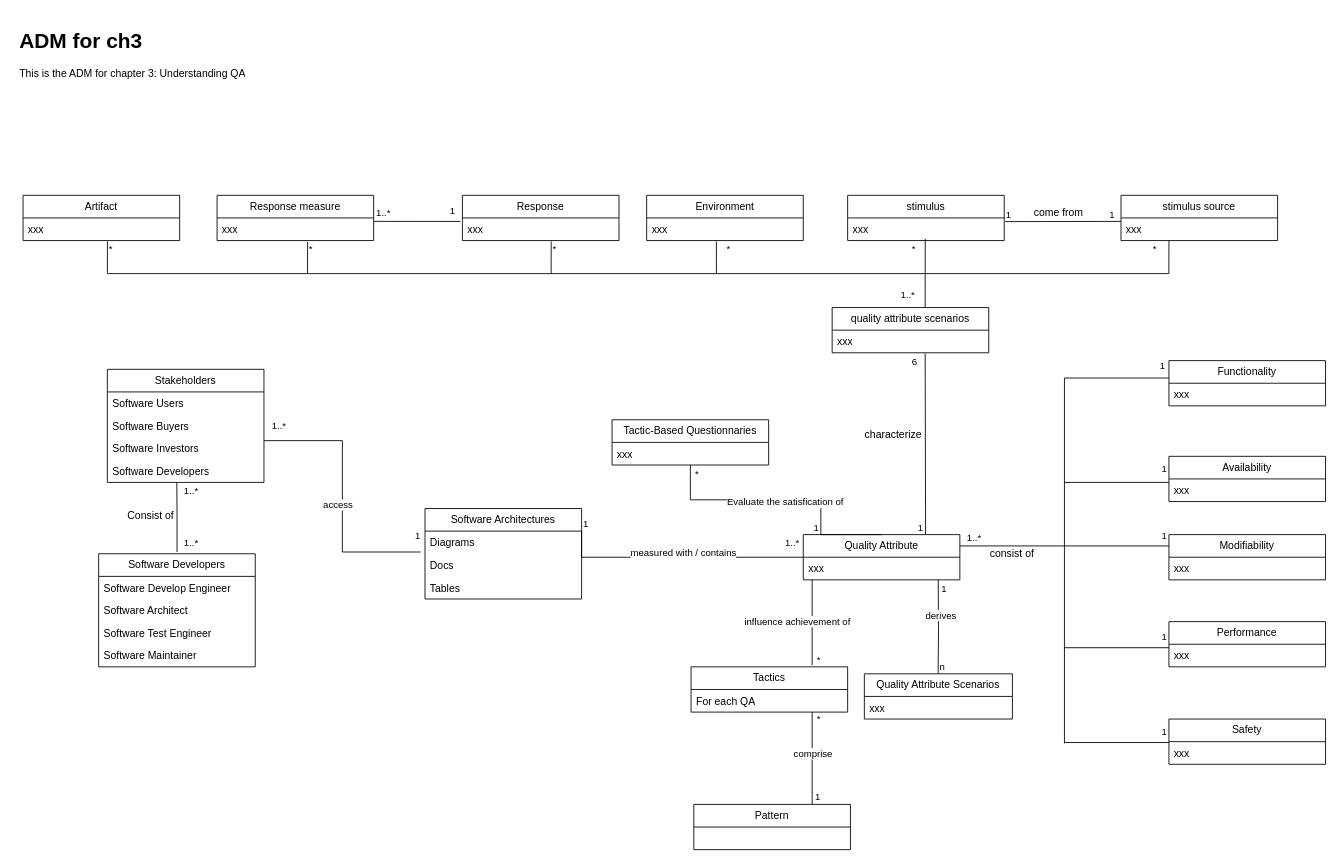
This is Documentation/DomainModel/ch3_4_ADM.drawio from dhruwanga19/4471_Group14_ProjectDocumentation, a draw.io file, before an edit. Source tidied: cells renumbered, new cells numbered last; positions are measured from the earlier drawing's top-left corner, leaving out a move shared by most shapes. Both pictures are drawn from the tidied source at 87%, with x=0, y=0 at pixel (15, 23).
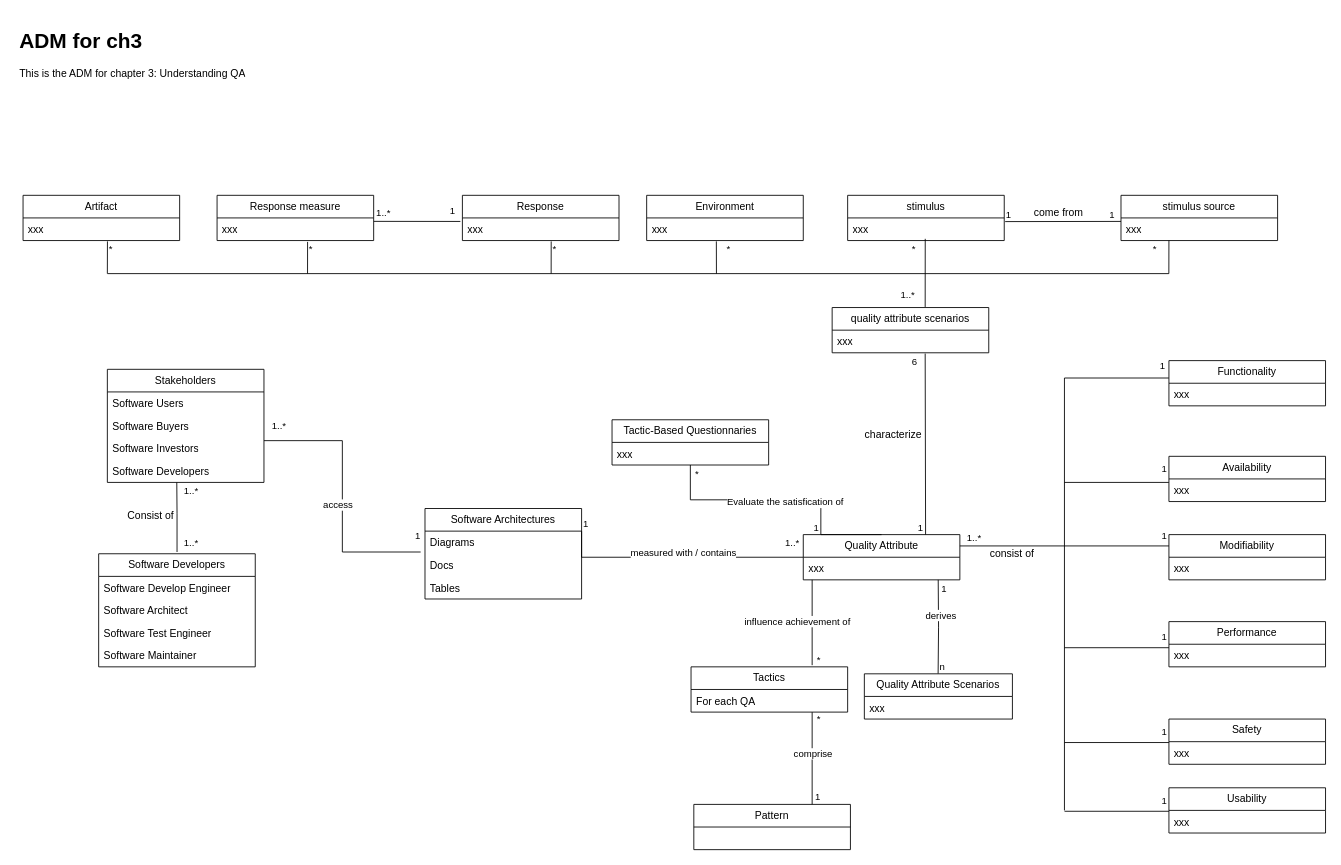
After the change.

The edit, as a diff of the source:
```diff
@@
     <mxCell id="70" style="endArrow=none;html=1;rounded=0;" parent="1" edge="1">
       <mxGeometry relative="1" as="geometry">
-        <mxPoint x="1206" y="827" as="sourcePoint" />
+        <mxPoint x="1206" y="904" as="sourcePoint" />
         <mxPoint x="1206" y="407" as="targetPoint" />
       </mxGeometry>
     </mxCell>
@@
+    <mxCell id="115" value="Usability" style="swimlane;fontStyle=0;horizontal=1;startSize=26;fillColor=none;whiteSpace=wrap;html=1;" parent="1" vertex="1">
+      <mxGeometry x="1326.1" y="878" width="180" height="52" as="geometry" />
+    </mxCell>
+    <mxCell id="116" value="xxx" style="text;strokeColor=none;fillColor=none;align=left;verticalAlign=top;spacingLeft=4;spacingRight=4;overflow=hidden;whiteSpace=wrap;html=1;" parent="115" vertex="1">
+      <mxGeometry y="26" width="180" height="26" as="geometry" />
+    </mxCell>
+    <mxCell id="117" value="1" style="edgeLabel;html=1;align=left;verticalAlign=bottom;" parent="1" vertex="1">
+      <mxGeometry x="1316" y="901" as="geometry" />
+    </mxCell>
+    <mxCell id="118" style="endArrow=none;html=1;rounded=0;" parent="1" edge="1">
+      <mxGeometry relative="1" as="geometry">
+        <mxPoint x="1206.1" y="905" as="sourcePoint" />
+        <mxPoint x="1326.1" y="905" as="targetPoint" />
+      </mxGeometry>
+    </mxCell>
```
